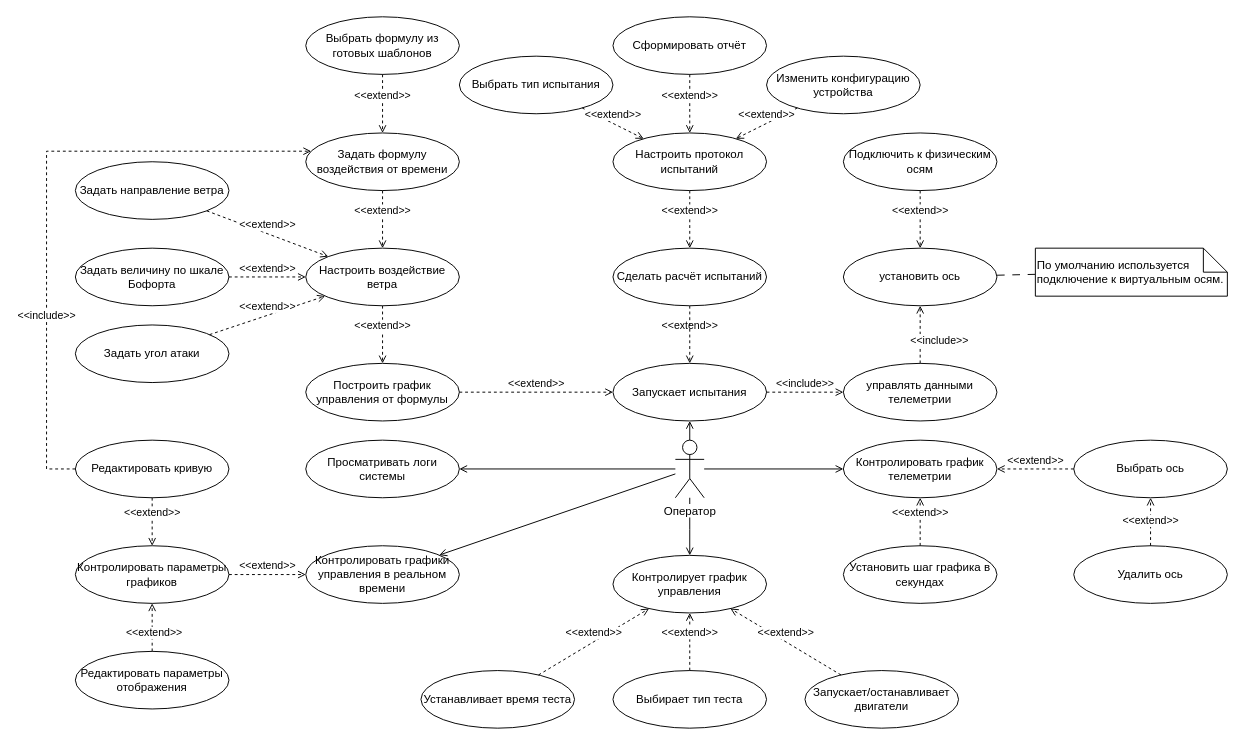
TarkWight/uas-test-system keeps this draw.io diagram as page "UCD" (5 of 5) of docs/black-box-diagrams/black-box-specifications.drawio. Above is the earlier version. Source tidied: cells renumbered, new cells numbered last; positions are measured from the earlier drawing's top-left corner, leaving out a move shared by most shapes. Both pictures are drawn from the tidied source at 96%, with x=0, y=0 at pixel (46, 16).
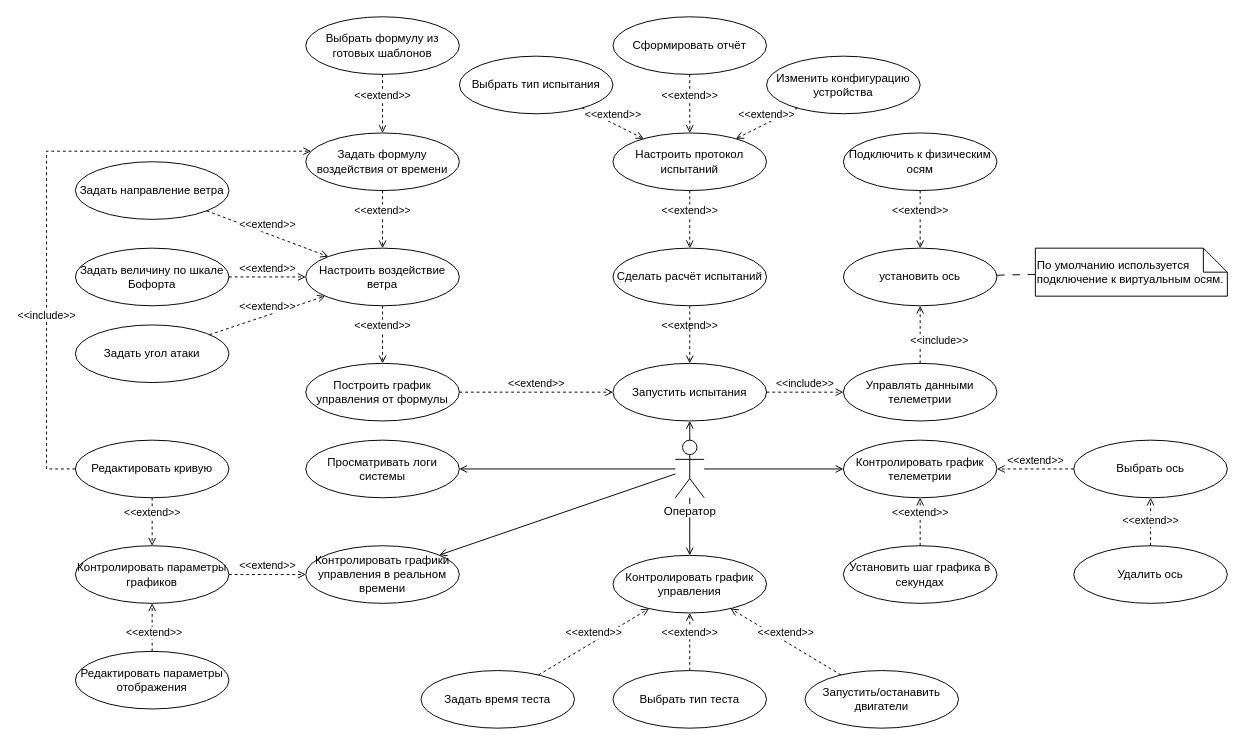
After the change.

Commit message:
~ black-box: description fix

Diff of the diagram source:
```diff
@@
-    <mxCell id="3" value="Выбирает тип теста" style="ellipse;whiteSpace=wrap;html=1;labelBackgroundColor=none;" parent="1" vertex="1">
+    <mxCell id="3" value="Выбрать тип теста" style="ellipse;whiteSpace=wrap;html=1;labelBackgroundColor=none;" parent="1" vertex="1">
       <mxGeometry x="590" y="681" width="160" height="60" as="geometry" />
     </mxCell>
-    <mxCell id="4" value="Устанавливает время теста" style="ellipse;whiteSpace=wrap;html=1;labelBackgroundColor=none;" parent="1" vertex="1">
+    <mxCell id="4" value="Задать время теста" style="ellipse;whiteSpace=wrap;html=1;labelBackgroundColor=none;" parent="1" vertex="1">
       <mxGeometry x="390" y="681" width="160" height="60" as="geometry" />
     </mxCell>
-    <mxCell id="5" value="Запускает/останавливает двигатели" style="ellipse;whiteSpace=wrap;html=1;labelBackgroundColor=none;" parent="1" vertex="1">
+    <mxCell id="5" value="Запустить/останавить двигатели" style="ellipse;whiteSpace=wrap;html=1;labelBackgroundColor=none;" parent="1" vertex="1">
       <mxGeometry x="790" y="681" width="160" height="60" as="geometry" />
     </mxCell>
@@
-    <mxCell id="8" value="Контролирует график управления" style="ellipse;whiteSpace=wrap;html=1;labelBackgroundColor=none;" parent="1" vertex="1">
+    <mxCell id="8" value="Контролировать график управления" style="ellipse;whiteSpace=wrap;html=1;labelBackgroundColor=none;" parent="1" vertex="1">
       <mxGeometry x="590" y="561" width="160" height="60" as="geometry" />
     </mxCell>
@@
-    <mxCell id="34" value="Запускает&lt;span style=&quot;background-color: transparent; color: light-dark(rgb(0, 0, 0), rgb(255, 255, 255));&quot;&gt;&amp;nbsp;испытания&lt;/span&gt;" style="ellipse;whiteSpace=wrap;html=1;labelBackgroundColor=none;" parent="1" vertex="1">
+    <mxCell id="34" value="&lt;span style=&quot;background-color: transparent; color: light-dark(rgb(0, 0, 0), rgb(255, 255, 255));&quot;&gt;Запустить испытания&lt;/span&gt;" style="ellipse;whiteSpace=wrap;html=1;labelBackgroundColor=none;" parent="1" vertex="1">
       <mxGeometry x="590" y="361" width="160" height="60" as="geometry" />
     </mxCell>
-    <mxCell id="35" value="управлять данными телеметрии" style="ellipse;whiteSpace=wrap;html=1;labelBackgroundColor=none;" parent="1" vertex="1">
+    <mxCell id="35" value="Управлять данными телеметрии" style="ellipse;whiteSpace=wrap;html=1;labelBackgroundColor=none;" parent="1" vertex="1">
       <mxGeometry x="830" y="361" width="160" height="60" as="geometry" />
     </mxCell>
```
